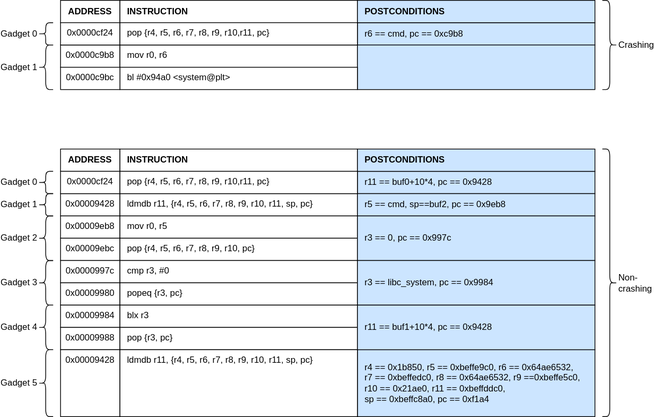
This is images/ROP_Chain.drawio.svg from cyber-defence-campus/netgear_r6700v3_circled, a draw.io export, as it was before one commit. Source tidied: cells renumbered, new cells last; positions are measured from the earlier drawing's top-left corner, leaving out a move shared by most shapes.
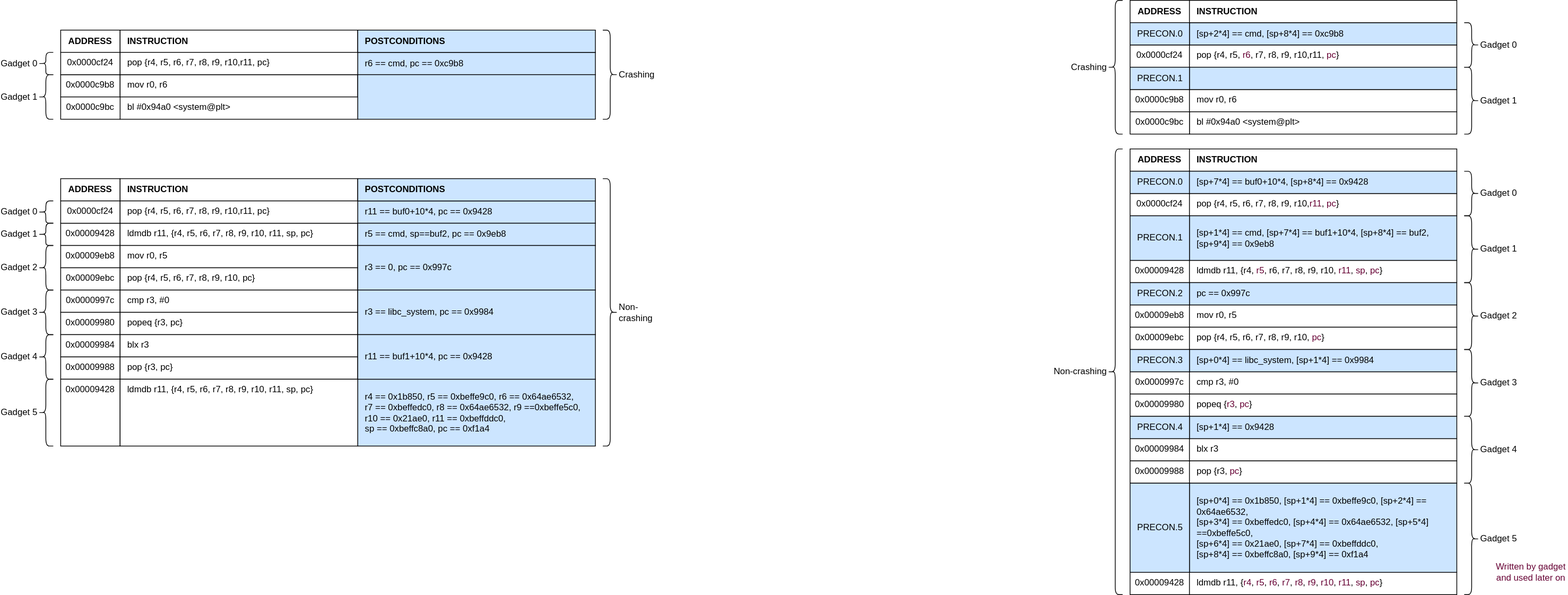
After the commit.

Commit message:
ROP chains with preconditions

The edit, as a diff of the source:
```diff
@@ -149,5 +149,170 @@
     <mxCell id="50" value="Non-crashing" style="shape=curlyBracket;whiteSpace=wrap;html=1;rounded=1;flipH=1;labelPosition=right;verticalLabelPosition=middle;align=left;verticalAlign=middle;" parent="1" vertex="1">
       <mxGeometry x="760" y="200" width="20" height="360" as="geometry" />
     </mxCell>
+    <mxCell id="51" value="0x0000c9b8" style="rounded=0;whiteSpace=wrap;html=1;verticalAlign=top;" parent="1" vertex="1">
+      <mxGeometry x="1470" y="80" width="80" height="30" as="geometry" />
+    </mxCell>
+    <mxCell id="52" value="mov r0, r6" style="rounded=0;whiteSpace=wrap;html=1;verticalAlign=top;align=left;spacingLeft=8;spacingRight=8;fontColor=#000000;" parent="1" vertex="1">
+      <mxGeometry x="1550" y="80" width="360" height="30" as="geometry" />
+    </mxCell>
+    <mxCell id="53" value="0x0000cf24" style="rounded=0;whiteSpace=wrap;html=1;verticalAlign=top;" parent="1" vertex="1">
+      <mxGeometry x="1470" y="20" width="80" height="30" as="geometry" />
+    </mxCell>
+    <mxCell id="54" value="pop {r4, r5, &lt;font color=&quot;#660033&quot;&gt;r6&lt;/font&gt;, r7, r8, r9, r10,r11, &lt;font color=&quot;#660033&quot;&gt;pc&lt;/font&gt;}" style="rounded=0;whiteSpace=wrap;html=1;verticalAlign=top;align=left;spacingLeft=8;spacingRight=8;fontColor=#000000;" parent="1" vertex="1">
+      <mxGeometry x="1550" y="20" width="360" height="30" as="geometry" />
+    </mxCell>
+    <mxCell id="55" value="bl #0x94a0 &amp;lt;system@plt&amp;gt;" style="rounded=0;whiteSpace=wrap;html=1;verticalAlign=top;align=left;spacingLeft=8;spacingRight=8;fontColor=#000000;" parent="1" vertex="1">
+      <mxGeometry x="1550" y="110" width="360" height="30" as="geometry" />
+    </mxCell>
+    <mxCell id="56" value="0x0000c9bc" style="rounded=0;whiteSpace=wrap;html=1;verticalAlign=top;" parent="1" vertex="1">
+      <mxGeometry x="1470" y="110" width="80" height="30" as="geometry" />
+    </mxCell>
+    <mxCell id="57" value="[sp+2*4] == cmd, [sp+8*4] == 0xc9b8" style="rounded=0;whiteSpace=wrap;html=1;verticalAlign=middle;align=left;spacingLeft=8;spacingRight=8;fillColor=#CCE5FF;" parent="1" vertex="1">
+      <mxGeometry x="1550" y="-10" width="360" height="30" as="geometry" />
+    </mxCell>
+    <mxCell id="58" value="Gadget 0" style="shape=curlyBracket;html=1;rounded=1;flipH=1;labelPosition=right;verticalLabelPosition=middle;align=left;verticalAlign=middle;" parent="1" vertex="1">
+      <mxGeometry x="1920" y="-10" width="20" height="60" as="geometry" />
+    </mxCell>
+    <mxCell id="59" value="Gadget 1" style="shape=curlyBracket;html=1;rounded=1;flipH=1;labelPosition=right;verticalLabelPosition=middle;align=left;verticalAlign=middle;" parent="1" vertex="1">
+      <mxGeometry x="1920" y="50" width="20" height="90" as="geometry" />
+    </mxCell>
+    <mxCell id="60" style="rounded=0;whiteSpace=wrap;html=1;verticalAlign=middle;align=left;spacingLeft=8;spacingRight=8;fillColor=#CCE5FF;" parent="1" vertex="1">
+      <mxGeometry x="1550" y="50" width="360" height="30" as="geometry" />
+    </mxCell>
+    <mxCell id="61" value="Crashing" style="shape=curlyBracket;html=1;rounded=1;labelPosition=left;verticalLabelPosition=middle;align=right;verticalAlign=middle;" parent="1" vertex="1">
+      <mxGeometry x="1440" y="-40" width="20" height="180" as="geometry" />
+    </mxCell>
+    <mxCell id="62" value="0x00009428" style="rounded=0;whiteSpace=wrap;html=1;verticalAlign=top;" parent="1" vertex="1">
+      <mxGeometry x="1470" y="310" width="80" height="30" as="geometry" />
+    </mxCell>
+    <mxCell id="63" value="ldmdb &lt;font&gt;r11&lt;/font&gt;, {r4, &lt;font color=&quot;#660033&quot;&gt;r5&lt;/font&gt;, r6, r7, r8, r9, r10, &lt;font color=&quot;#660033&quot;&gt;r11&lt;/font&gt;, &lt;font color=&quot;#660033&quot;&gt;sp&lt;/font&gt;, &lt;font color=&quot;#660033&quot;&gt;pc&lt;/font&gt;}" style="rounded=0;whiteSpace=wrap;html=1;verticalAlign=top;align=left;spacingLeft=8;spacingRight=8;fontColor=#000000;" parent="1" vertex="1">
+      <mxGeometry x="1550" y="310" width="360" height="30" as="geometry" />
+    </mxCell>
+    <mxCell id="64" value="0x00009eb8" style="rounded=0;whiteSpace=wrap;html=1;verticalAlign=top;" parent="1" vertex="1">
+      <mxGeometry x="1470" y="370" width="80" height="30" as="geometry" />
+    </mxCell>
+    <mxCell id="65" value="mov r0, r5" style="rounded=0;whiteSpace=wrap;html=1;verticalAlign=top;align=left;spacingLeft=8;spacingRight=8;" parent="1" vertex="1">
+      <mxGeometry x="1550" y="370" width="360" height="30" as="geometry" />
+    </mxCell>
+    <mxCell id="66" value="ADDRESS" style="rounded=0;whiteSpace=wrap;html=1;verticalAlign=middle;fontStyle=1;" parent="1" vertex="1">
+      <mxGeometry x="1470" y="160" width="80" height="30" as="geometry" />
+    </mxCell>
+    <mxCell id="67" value="INSTRUCTION" style="rounded=0;whiteSpace=wrap;html=1;verticalAlign=middle;align=left;spacingLeft=8;spacingRight=8;fontStyle=1;" parent="1" vertex="1">
+      <mxGeometry x="1550" y="160" width="360" height="30" as="geometry" />
+    </mxCell>
+    <mxCell id="68" value="0x00009ebc" style="rounded=0;whiteSpace=wrap;html=1;verticalAlign=top;" parent="1" vertex="1">
+      <mxGeometry x="1470" y="400" width="80" height="30" as="geometry" />
+    </mxCell>
+    <mxCell id="69" value="pop {r4, r5, r6, r7, r8, r9, r10, &lt;font color=&quot;#660033&quot;&gt;pc&lt;/font&gt;}" style="rounded=0;whiteSpace=wrap;html=1;verticalAlign=top;align=left;spacingLeft=8;spacingRight=8;" parent="1" vertex="1">
+      <mxGeometry x="1550" y="400" width="360" height="30" as="geometry" />
+    </mxCell>
+    <mxCell id="70" value="0x0000997c" style="rounded=0;whiteSpace=wrap;html=1;verticalAlign=top;" parent="1" vertex="1">
+      <mxGeometry x="1470" y="460" width="80" height="30" as="geometry" />
+    </mxCell>
+    <mxCell id="71" value="cmp r3, #0" style="rounded=0;whiteSpace=wrap;html=1;verticalAlign=top;align=left;spacingLeft=8;spacingRight=8;" parent="1" vertex="1">
+      <mxGeometry x="1550" y="460" width="360" height="30" as="geometry" />
+    </mxCell>
+    <mxCell id="72" value="0x00009980" style="rounded=0;whiteSpace=wrap;html=1;verticalAlign=top;" parent="1" vertex="1">
+      <mxGeometry x="1470" y="490" width="80" height="30" as="geometry" />
+    </mxCell>
+    <mxCell id="73" value="popeq {&lt;font color=&quot;#660033&quot;&gt;r3&lt;/font&gt;, &lt;font color=&quot;#660033&quot;&gt;pc&lt;/font&gt;}" style="rounded=0;whiteSpace=wrap;html=1;verticalAlign=top;align=left;spacingLeft=8;spacingRight=8;" parent="1" vertex="1">
+      <mxGeometry x="1550" y="490" width="360" height="30" as="geometry" />
+    </mxCell>
+    <mxCell id="74" value="0x00009984" style="rounded=0;whiteSpace=wrap;html=1;verticalAlign=top;" parent="1" vertex="1">
+      <mxGeometry x="1470" y="550" width="80" height="30" as="geometry" />
+    </mxCell>
+    <mxCell id="75" value="blx r3" style="rounded=0;whiteSpace=wrap;html=1;verticalAlign=top;align=left;spacingLeft=8;spacingRight=8;" parent="1" vertex="1">
+      <mxGeometry x="1550" y="550" width="360" height="30" as="geometry" />
+    </mxCell>
+    <mxCell id="76" value="0x00009988" style="rounded=0;whiteSpace=wrap;html=1;verticalAlign=top;" parent="1" vertex="1">
+      <mxGeometry x="1470" y="580" width="80" height="30" as="geometry" />
+    </mxCell>
+    <mxCell id="77" value="pop {r3, &lt;font color=&quot;#660033&quot;&gt;pc&lt;/font&gt;}" style="rounded=0;whiteSpace=wrap;html=1;verticalAlign=top;align=left;spacingLeft=8;spacingRight=8;" parent="1" vertex="1">
+      <mxGeometry x="1550" y="580" width="360" height="30" as="geometry" />
+    </mxCell>
+    <mxCell id="78" value="0x00009428" style="rounded=0;whiteSpace=wrap;html=1;verticalAlign=top;" parent="1" vertex="1">
+      <mxGeometry x="1470" y="730" width="80" height="30" as="geometry" />
+    </mxCell>
+    <mxCell id="79" value="ldmdb &lt;font&gt;r11&lt;/font&gt;, {&lt;font color=&quot;#660033&quot;&gt;r4&lt;/font&gt;, &lt;font color=&quot;#660033&quot;&gt;r5&lt;/font&gt;, &lt;font color=&quot;#660033&quot;&gt;r6&lt;/font&gt;, &lt;font color=&quot;#660033&quot;&gt;r7&lt;/font&gt;, &lt;font color=&quot;#660033&quot;&gt;r8&lt;/font&gt;, &lt;font color=&quot;#660033&quot;&gt;r9&lt;/font&gt;, &lt;font color=&quot;#660033&quot;&gt;r10&lt;/font&gt;, &lt;font color=&quot;#660033&quot;&gt;r11&lt;/font&gt;, &lt;font color=&quot;#660033&quot;&gt;sp&lt;/font&gt;, &lt;font color=&quot;#660033&quot;&gt;pc&lt;/font&gt;}" style="rounded=0;whiteSpace=wrap;html=1;verticalAlign=top;align=left;spacingLeft=8;spacingRight=8;fontColor=#000000;" parent="1" vertex="1">
+      <mxGeometry x="1550" y="730" width="360" height="30" as="geometry" />
+    </mxCell>
+    <mxCell id="80" value="0x0000cf24" style="rounded=0;whiteSpace=wrap;html=1;verticalAlign=top;" parent="1" vertex="1">
+      <mxGeometry x="1470" y="220" width="80" height="30" as="geometry" />
+    </mxCell>
+    <mxCell id="81" value="pop {r4, r5, r6, r7, r8, r9, r10,&lt;font color=&quot;#660033&quot;&gt;r11&lt;/font&gt;, &lt;font color=&quot;#660033&quot;&gt;pc&lt;/font&gt;}" style="rounded=0;whiteSpace=wrap;html=1;verticalAlign=top;align=left;spacingLeft=8;spacingRight=8;fontColor=#000000;" parent="1" vertex="1">
+      <mxGeometry x="1550" y="220" width="360" height="30" as="geometry" />
+    </mxCell>
+    <mxCell id="82" value="PRECON.0" style="rounded=0;whiteSpace=wrap;html=1;verticalAlign=middle;align=left;spacingLeft=8;spacingRight=8;fillColor=#CCE5FF;" parent="1" vertex="1">
+      <mxGeometry x="1470" y="190" width="80" height="30" as="geometry" />
+    </mxCell>
+    <mxCell id="83" value="[sp+7*4] == buf0+10*4, [sp+8*4] == 0x9428" style="rounded=0;whiteSpace=wrap;html=1;verticalAlign=middle;align=left;spacingLeft=8;spacingRight=8;fillColor=#CCE5FF;" parent="1" vertex="1">
+      <mxGeometry x="1550" y="190" width="360" height="30" as="geometry" />
+    </mxCell>
+    <mxCell id="84" value="Gadget 0" style="shape=curlyBracket;html=1;rounded=1;flipH=1;labelPosition=right;verticalLabelPosition=middle;align=left;verticalAlign=middle;" parent="1" vertex="1">
+      <mxGeometry x="1920" y="190" width="20" height="60" as="geometry" />
+    </mxCell>
+    <mxCell id="85" value="Gadget 1" style="shape=curlyBracket;html=1;rounded=1;flipH=1;labelPosition=right;verticalLabelPosition=middle;align=left;verticalAlign=middle;" parent="1" vertex="1">
+      <mxGeometry x="1920" y="250" width="20" height="90" as="geometry" />
+    </mxCell>
+    <mxCell id="86" value="[sp+1*4] == cmd, [sp+7*4] == buf1+10*4, [sp+8*4] == buf2, [sp+9*4] == 0x9eb8" style="rounded=0;whiteSpace=wrap;html=1;verticalAlign=middle;align=left;spacingLeft=8;spacingRight=8;fillColor=#CCE5FF;" parent="1" vertex="1">
+      <mxGeometry x="1550" y="250" width="360" height="60" as="geometry" />
+    </mxCell>
+    <mxCell id="87" value="Gadget 2" style="shape=curlyBracket;html=1;rounded=1;flipH=1;labelPosition=right;verticalLabelPosition=middle;align=left;verticalAlign=middle;" parent="1" vertex="1">
+      <mxGeometry x="1920" y="340" width="20" height="90" as="geometry" />
+    </mxCell>
+    <mxCell id="88" value="pc == 0x997c" style="rounded=0;whiteSpace=wrap;html=1;verticalAlign=middle;align=left;spacingLeft=8;spacingRight=8;fillColor=#CCE5FF;" parent="1" vertex="1">
+      <mxGeometry x="1550" y="340" width="360" height="30" as="geometry" />
+    </mxCell>
+    <mxCell id="89" value="Gadget 3" style="shape=curlyBracket;html=1;rounded=1;flipH=1;labelPosition=right;verticalLabelPosition=middle;align=left;verticalAlign=middle;" parent="1" vertex="1">
+      <mxGeometry x="1920" y="430" width="20" height="90" as="geometry" />
+    </mxCell>
+    <mxCell id="90" value="Gadget 4" style="shape=curlyBracket;html=1;rounded=1;flipH=1;labelPosition=right;verticalLabelPosition=middle;align=left;verticalAlign=middle;" parent="1" vertex="1">
+      <mxGeometry x="1920" y="520" width="20" height="90" as="geometry" />
+    </mxCell>
+    <mxCell id="91" value="Gadget 5" style="shape=curlyBracket;html=1;rounded=1;flipH=1;labelPosition=right;verticalLabelPosition=middle;align=left;verticalAlign=middle;" parent="1" vertex="1">
+      <mxGeometry x="1920" y="610" width="20" height="150" as="geometry" />
+    </mxCell>
+    <mxCell id="92" value="Written by gadget and used later on" style="text;html=1;strokeColor=none;fillColor=none;align=center;verticalAlign=middle;whiteSpace=wrap;rounded=0;fontColor=#660033;" parent="1" vertex="1">
+      <mxGeometry x="1960" y="700" width="100" height="60" as="geometry" />
+    </mxCell>
+    <mxCell id="93" value="[sp+0*4] == libc_system, [sp+1*4] == 0x9984" style="rounded=0;whiteSpace=wrap;html=1;verticalAlign=middle;align=left;spacingLeft=8;spacingRight=8;fillColor=#CCE5FF;" parent="1" vertex="1">
+      <mxGeometry x="1550" y="430" width="360" height="30" as="geometry" />
+    </mxCell>
+    <mxCell id="94" value="[sp+1*4] == 0x9428" style="rounded=0;whiteSpace=wrap;html=1;verticalAlign=middle;align=left;spacingLeft=8;spacingRight=8;fillColor=#CCE5FF;" parent="1" vertex="1">
+      <mxGeometry x="1550" y="520" width="360" height="30" as="geometry" />
+    </mxCell>
+    <mxCell id="95" value="[sp+0*4] == 0x1b850,&amp;nbsp;[sp+1*4] == 0xbeffe9c0,&amp;nbsp;[sp+2*4] == 0x64ae6532,&lt;br&gt;[sp+3*4] == 0xbeffedc0,&amp;nbsp;[sp+4*4] == 0x64ae6532,&amp;nbsp;[sp+5*4] ==0xbeffe5c0,&lt;br&gt;[sp+6*4] == 0x21ae0,&amp;nbsp;[sp+7*4] == 0xbeffddc0,&lt;br&gt;[sp+8*4] == 0xbeffc8a0,&amp;nbsp;[sp+9*4] == 0xf1a4" style="rounded=0;whiteSpace=wrap;html=1;verticalAlign=middle;align=left;spacingLeft=8;spacingRight=8;fillColor=#CCE5FF;" parent="1" vertex="1">
+      <mxGeometry x="1550" y="610" width="360" height="120" as="geometry" />
+    </mxCell>
+    <mxCell id="96" value="PRECON.1" style="rounded=0;whiteSpace=wrap;html=1;verticalAlign=middle;align=left;spacingLeft=8;spacingRight=8;fillColor=#CCE5FF;" parent="1" vertex="1">
+      <mxGeometry x="1470" y="250" width="80" height="60" as="geometry" />
+    </mxCell>
+    <mxCell id="97" value="PRECON.2" style="rounded=0;whiteSpace=wrap;html=1;verticalAlign=middle;align=left;spacingLeft=8;spacingRight=8;fillColor=#CCE5FF;" parent="1" vertex="1">
+      <mxGeometry x="1470" y="340" width="80" height="30" as="geometry" />
+    </mxCell>
+    <mxCell id="98" value="PRECON.3" style="rounded=0;whiteSpace=wrap;html=1;verticalAlign=middle;align=left;spacingLeft=8;spacingRight=8;fillColor=#CCE5FF;" parent="1" vertex="1">
+      <mxGeometry x="1470" y="430" width="80" height="30" as="geometry" />
+    </mxCell>
+    <mxCell id="99" value="PRECON.4" style="rounded=0;whiteSpace=wrap;html=1;verticalAlign=middle;align=left;spacingLeft=8;spacingRight=8;fillColor=#CCE5FF;" parent="1" vertex="1">
+      <mxGeometry x="1470" y="520" width="80" height="30" as="geometry" />
+    </mxCell>
+    <mxCell id="100" value="PRECON.5" style="rounded=0;whiteSpace=wrap;html=1;verticalAlign=middle;align=left;spacingLeft=8;spacingRight=8;fillColor=#CCE5FF;" parent="1" vertex="1">
+      <mxGeometry x="1470" y="610" width="80" height="120" as="geometry" />
+    </mxCell>
+    <mxCell id="101" value="ADDRESS" style="rounded=0;whiteSpace=wrap;html=1;verticalAlign=middle;fontStyle=1;" parent="1" vertex="1">
+      <mxGeometry x="1470" y="-40" width="80" height="30" as="geometry" />
+    </mxCell>
+    <mxCell id="102" value="INSTRUCTION" style="rounded=0;whiteSpace=wrap;html=1;verticalAlign=middle;align=left;spacingLeft=8;spacingRight=8;fontStyle=1;" parent="1" vertex="1">
+      <mxGeometry x="1550" y="-40" width="360" height="30" as="geometry" />
+    </mxCell>
+    <mxCell id="103" value="PRECON.0" style="rounded=0;whiteSpace=wrap;html=1;verticalAlign=middle;align=left;spacingLeft=8;spacingRight=8;fillColor=#CCE5FF;" parent="1" vertex="1">
+      <mxGeometry x="1470" y="-10" width="80" height="30" as="geometry" />
+    </mxCell>
+    <mxCell id="104" value="PRECON.1" style="rounded=0;whiteSpace=wrap;html=1;verticalAlign=middle;align=left;spacingLeft=8;spacingRight=8;fillColor=#CCE5FF;" parent="1" vertex="1">
+      <mxGeometry x="1470" y="50" width="80" height="30" as="geometry" />
+    </mxCell>
+    <mxCell id="105" value="Non-crashing" style="shape=curlyBracket;html=1;rounded=1;labelPosition=left;verticalLabelPosition=middle;align=right;verticalAlign=middle;" parent="1" vertex="1">
+      <mxGeometry x="1440" y="160" width="20" height="600" as="geometry" />
+    </mxCell>
   </root>
 </mxGraphModel>
```
